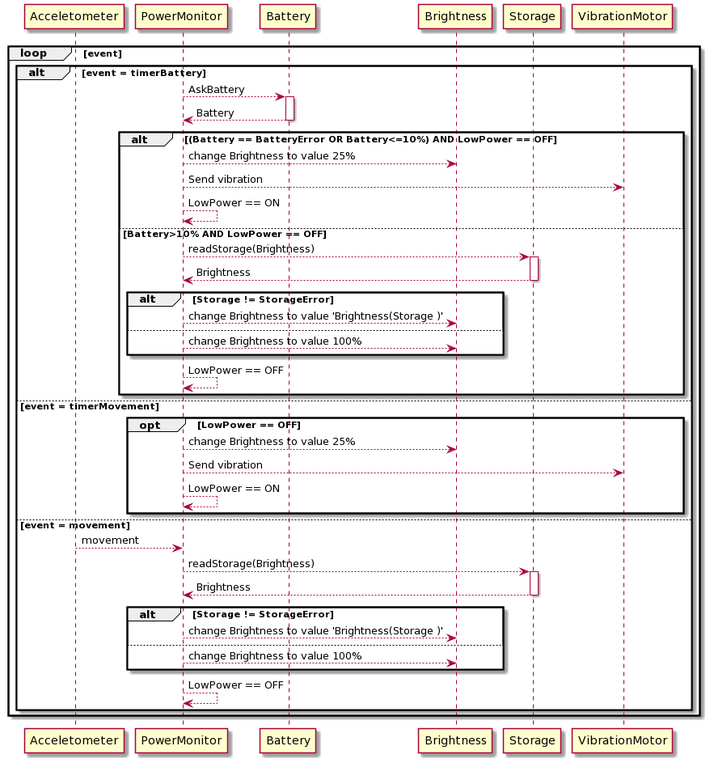
markroche92/sw-eng-smart-watch keeps this PlantUML diagram as uml/sequence_diagrams/Power.png. Above is the earlier version.
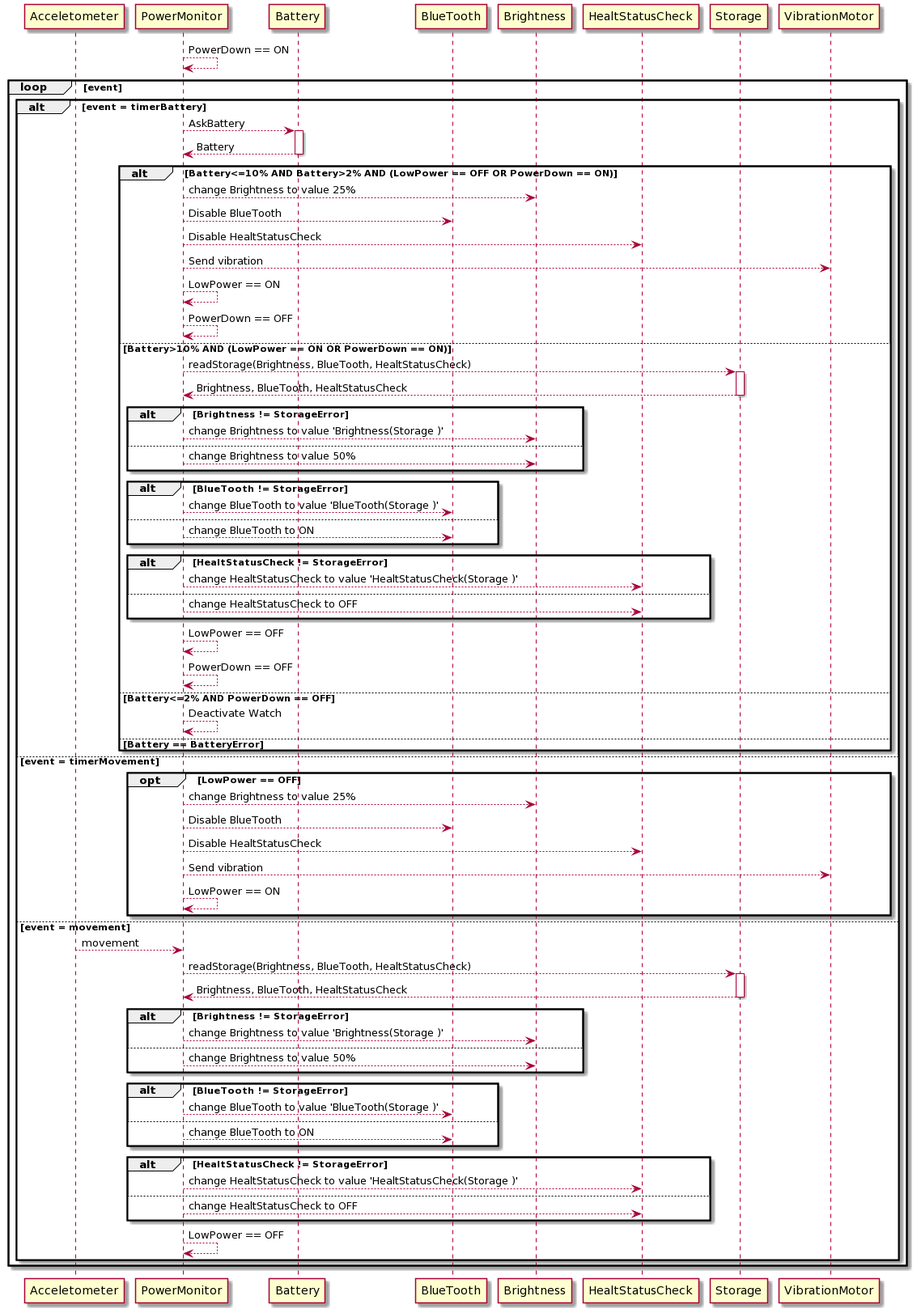
After the change.

What changed in the source:
```diff
@@ -2,48 +2,80 @@
 participant Acceletometer
 participant PowerMonitor
 participant Battery
+participant BlueTooth
 participant Brightness
+participant HealtStatusCheck
 participant Storage
 participant VibrationMotor
 
+PowerMonitor --> PowerMonitor: PowerDown == ON
 loop event
 Alt event = timerBattery
 PowerMonitor --> Battery: AskBattery
 Activate Battery
 Battery --> PowerMonitor: Battery
 Deactivate Battery
-alt (Battery == BatteryError OR Battery<=10%) AND LowPower == OFF
+alt Battery<=10% AND Battery>2% AND (LowPower == OFF OR PowerDown == ON)
   PowerMonitor--> Brightness: change Brightness to value 25%
+  PowerMonitor--> BlueTooth: Disable BlueTooth
+  PowerMonitor--> HealtStatusCheck: Disable HealtStatusCheck
   PowerMonitor--> VibrationMotor: Send vibration
   PowerMonitor --> PowerMonitor: LowPower == ON
-else Battery>10% AND LowPower == OFF
-  PowerMonitor--> Storage: readStorage(Brightness)
+  PowerMonitor --> PowerMonitor: PowerDown == OFF
+else Battery>10% AND (LowPower == ON OR PowerDown == ON)
+  PowerMonitor--> Storage: readStorage(Brightness, BlueTooth, HealtStatusCheck)
   Activate Storage
-  Storage--> PowerMonitor: Brightness
+  Storage--> PowerMonitor: Brightness, BlueTooth, HealtStatusCheck
   Deactivate Storage
-alt Storage != StorageError
+alt Brightness != StorageError
   PowerMonitor--> Brightness: change Brightness to value 'Brightness(Storage )'
 else
-  PowerMonitor--> Brightness: change Brightness to value 100%
+  PowerMonitor--> Brightness: change Brightness to value 50%
+end
+alt BlueTooth != StorageError
+  PowerMonitor--> BlueTooth: change BlueTooth to value 'BlueTooth(Storage )'
+else
+  PowerMonitor--> BlueTooth: change BlueTooth to ON
+end
+alt HealtStatusCheck != StorageError
+  PowerMonitor--> HealtStatusCheck: change HealtStatusCheck to value 'HealtStatusCheck(Storage )'
+else
+  PowerMonitor--> HealtStatusCheck: change HealtStatusCheck to OFF
 end
   PowerMonitor --> PowerMonitor: LowPower == OFF
+  PowerMonitor --> PowerMonitor: PowerDown == OFF
+else Battery<=2% AND PowerDown == OFF
+  PowerMonitor --> PowerMonitor: Deactivate Watch
+else Battery == BatteryError
 end
 else event = timerMovement
 opt LowPower == OFF
   PowerMonitor --> Brightness: change Brightness to value 25%
+  PowerMonitor--> BlueTooth: Disable BlueTooth
+  PowerMonitor--> HealtStatusCheck: Disable HealtStatusCheck
   PowerMonitor--> VibrationMotor: Send vibration
   PowerMonitor --> PowerMonitor: LowPower == ON
 end
 else event = movement
   Acceletometer --> PowerMonitor: movement
-  PowerMonitor--> Storage: readStorage(Brightness)
+  PowerMonitor--> Storage: readStorage(Brightness, BlueTooth, HealtStatusCheck)
   Activate Storage
-  Storage--> PowerMonitor: Brightness
+  Storage--> PowerMonitor: Brightness, BlueTooth, HealtStatusCheck
   Deactivate Storage
-alt Storage != StorageError
+alt Brightness != StorageError
   PowerMonitor--> Brightness: change Brightness to value 'Brightness(Storage )'
 else
-  PowerMonitor--> Brightness: change Brightness to value 100%
+  PowerMonitor--> Brightness: change Brightness to value 50%
+end
+alt BlueTooth != StorageError
+  PowerMonitor--> BlueTooth: change BlueTooth to value 'BlueTooth(Storage )'
+else
+  PowerMonitor--> BlueTooth: change BlueTooth to ON
+end
+alt HealtStatusCheck != StorageError
+  PowerMonitor--> HealtStatusCheck: change HealtStatusCheck to value 'HealtStatusCheck(Storage )'
+else
+  PowerMonitor--> HealtStatusCheck: change HealtStatusCheck to OFF
 end
   PowerMonitor --> PowerMonitor: LowPower == OFF
 end
```
